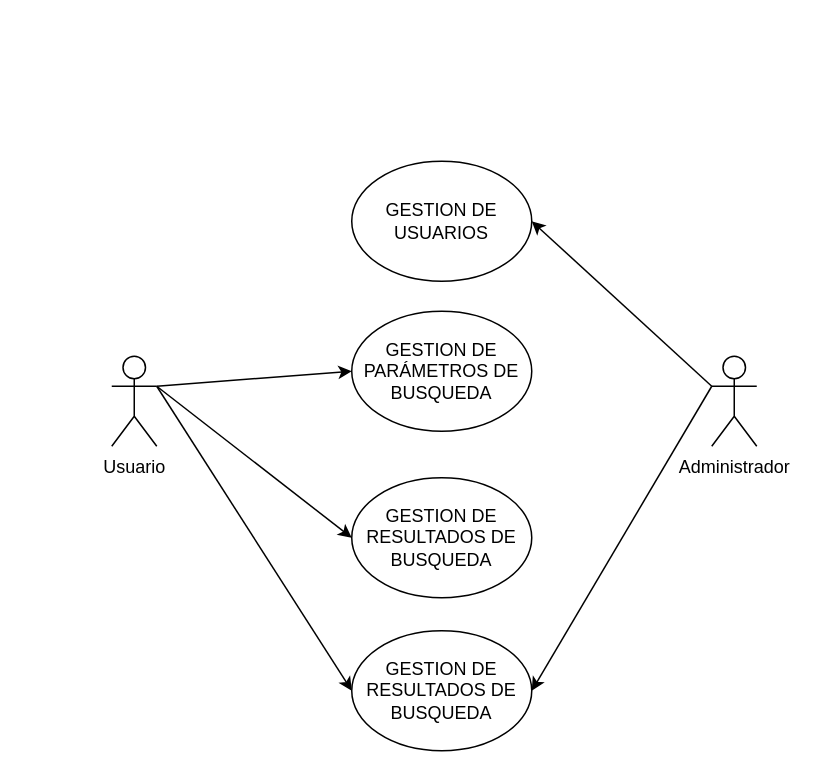
DptoSIC/BuscaBOD keeps this draw.io diagram as imagenes busca bod/Untitled Diagram.drawio. Above is the earlier version. Source tidied: cells renumbered, new cells numbered last; positions are measured from the earlier drawing's top-left corner, leaving out a move shared by most shapes. Both pictures are drawn from the tidied source at 150%, with x=0, y=0 at pixel (111, 160).
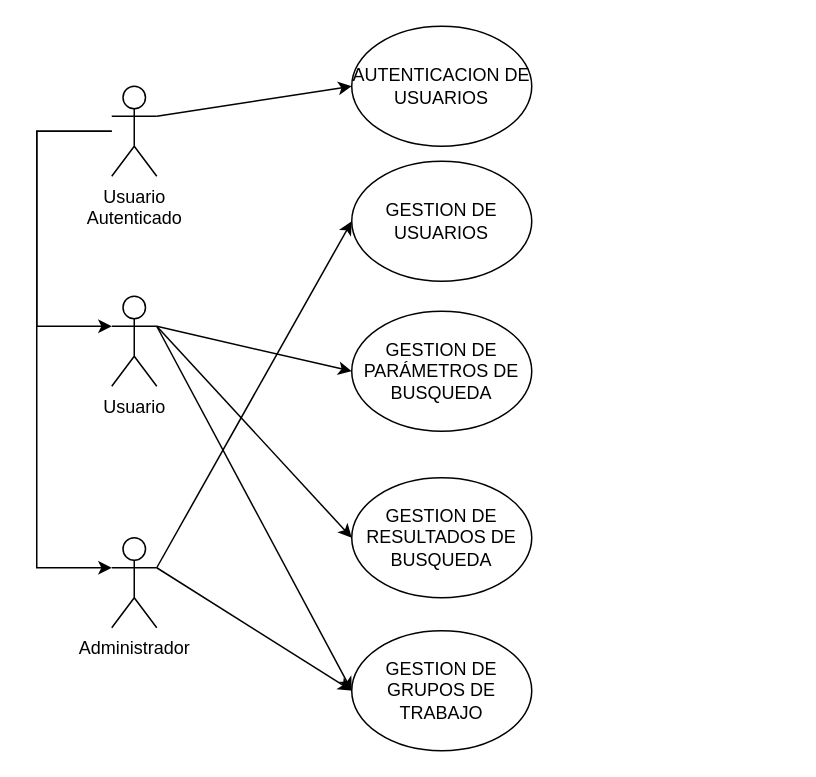
Above is the later version.

The change refers to these unchanged cells:
```xml
<mxCell id="4" value="GESTION DE USUARIOS" style="ellipse;whiteSpace=wrap;html=1;" parent="1" vertex="1">
  <mxGeometry x="160" width="120" height="80" as="geometry" />
</mxCell>
```

The edit, as a diff of the source:
```diff
@@
     <mxCell id="2" value="Usuario" style="shape=umlActor;verticalLabelPosition=bottom;labelBackgroundColor=#ffffff;verticalAlign=top;html=1;" parent="1" vertex="1">
-      <mxGeometry y="130" width="30" height="60" as="geometry" />
+      <mxGeometry y="90" width="30" height="60" as="geometry" />
     </mxCell>
     <mxCell id="3" value="Administrador" style="shape=umlActor;verticalLabelPosition=bottom;labelBackgroundColor=#ffffff;verticalAlign=top;html=1;" parent="1" vertex="1">
-      <mxGeometry x="400" y="130" width="30" height="60" as="geometry" />
+      <mxGeometry y="251" width="30" height="60" as="geometry" />
     </mxCell>
@@
-    <mxCell id="7" value="GESTION DE RESULTADOS DE BUSQUEDA" style="ellipse;whiteSpace=wrap;html=1;" parent="1" vertex="1">
+    <mxCell id="7" value="GESTION DE GRUPOS DE TRABAJO" style="ellipse;whiteSpace=wrap;html=1;" parent="1" vertex="1">
       <mxGeometry x="160" y="313" width="120" height="80" as="geometry" />
     </mxCell>
@@
-    <mxCell id="10" style="endArrow=classic;html=1;entryX=0;entryY=0.5;entryDx=0;entryDy=0;" parent="1" edge="1" target="7">
-      <mxGeometry relative="1" as="geometry">
-        <mxPoint x="30" y="150" as="sourcePoint" />
-      </mxGeometry>
+    <mxCell id="10" style="endArrow=classic;html=1;entryX=0;entryY=0.5;entryDx=0;entryDy=0;exitX=1;exitY=0.3333333333333333;exitDx=0;exitDy=0;exitPerimeter=0;" parent="1" edge="1" source="2" target="7">
+      <mxGeometry relative="1" as="geometry" />
     </mxCell>
-    <mxCell id="11" style="endArrow=classic;html=1;exitX=0;exitY=0.3333333333333333;exitDx=0;exitDy=0;exitPerimeter=0;entryX=1;entryY=0.5;entryDx=0;entryDy=0;" parent="1" edge="1" source="3" target="4">
+    <mxCell id="11" style="endArrow=classic;html=1;exitX=1;exitY=0.3333333333333333;exitDx=0;exitDy=0;exitPerimeter=0;entryX=0;entryY=0.5;entryDx=0;entryDy=0;" parent="1" edge="1" source="3" target="4">
       <mxGeometry relative="1" as="geometry" />
     </mxCell>
-    <mxCell id="12" style="endArrow=classic;html=1;entryX=1;entryY=0.5;entryDx=0;entryDy=0;" parent="1" edge="1" target="7">
-      <mxGeometry relative="1" as="geometry">
-        <mxPoint x="400" y="150" as="sourcePoint" />
-      </mxGeometry>
+    <mxCell id="12" style="endArrow=classic;html=1;entryX=0;entryY=0.5;entryDx=0;entryDy=0;exitX=1;exitY=0.3333333333333333;exitDx=0;exitDy=0;exitPerimeter=0;" parent="1" edge="1" source="3" target="7">
+      <mxGeometry relative="1" as="geometry" />
     </mxCell>
+    <mxCell id="13" style="edgeStyle=orthogonalEdgeStyle;rounded=0;jettySize=auto;html=1;entryX=0;entryY=0.3333333333333333;entryDx=0;entryDy=0;entryPerimeter=0;" parent="1" edge="1" source="15" target="2">
+      <mxGeometry relative="1" as="geometry">
+        <Array as="points">
+          <mxPoint x="-50" y="-20" />
+          <mxPoint x="-50" y="110" />
+        </Array>
+      </mxGeometry>
+    </mxCell>
+    <mxCell id="14" style="edgeStyle=orthogonalEdgeStyle;rounded=0;jettySize=auto;html=1;entryX=0;entryY=0.3333333333333333;entryDx=0;entryDy=0;entryPerimeter=0;" parent="1" edge="1" source="15" target="3">
+      <mxGeometry relative="1" as="geometry">
+        <Array as="points">
+          <mxPoint x="-50" y="-20" />
+          <mxPoint x="-50" y="271" />
+        </Array>
+      </mxGeometry>
+    </mxCell>
+    <mxCell id="15" value="&lt;div&gt;Usuario &lt;br&gt;&lt;/div&gt;&lt;div&gt;Autenticado&lt;/div&gt;" style="shape=umlActor;verticalLabelPosition=bottom;labelBackgroundColor=#ffffff;verticalAlign=top;html=1;" parent="1" vertex="1">
+      <mxGeometry y="-50" width="30" height="60" as="geometry" />
+    </mxCell>
+    <mxCell id="16" value="AUTENTICACION DE USUARIOS" style="ellipse;whiteSpace=wrap;html=1;" parent="1" vertex="1">
+      <mxGeometry x="160" y="-90" width="120" height="80" as="geometry" />
+    </mxCell>
+    <mxCell id="17" style="endArrow=classic;html=1;exitX=1;exitY=0.3333333333333333;exitDx=0;exitDy=0;exitPerimeter=0;entryX=0;entryY=0.5;entryDx=0;entryDy=0;" parent="1" edge="1" source="15" target="16">
+      <mxGeometry relative="1" as="geometry" />
+    </mxCell>
```
